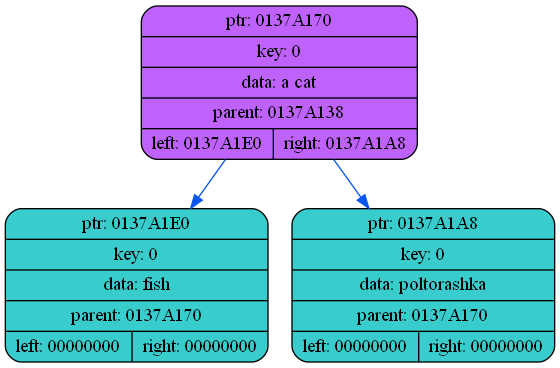
The Graphviz diagram dump/dump1.png in coffee8cat/akinator, before a commit. Its source is kept beside it as dump/dump1.dot.
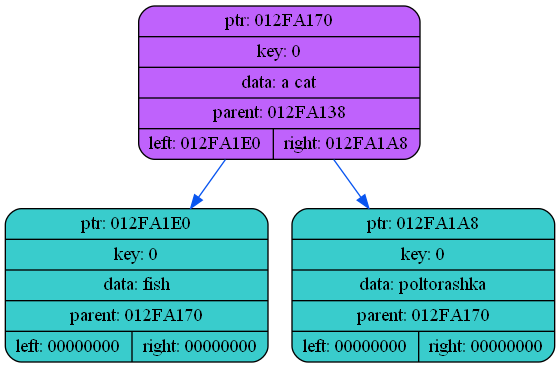
Above is the later version.

Change to the diagram source:
```diff
@@ -2,9 +2,9 @@
 {
     rankdir=TP
 
-        node0137A170[shape=record,style="rounded,filled",fillcolor="#BF62FC",label="{ ptr: 0137A170 | key: 0 | data: a cat| parent: 0137A138| { left: 0137A1E0 | right: 0137A1A8 }}"];
-    node0137A170 -> node0137A1E0[color="#0855F0"]
-    node0137A1E0[shape=record,style="rounded,filled",fillcolor="#39CCCC",label="{ ptr: 0137A1E0 | key: 0 | data: fish| parent: 0137A170 | { left: 00000000 | right: 00000000 }}"];
-    node0137A170 -> node0137A1A8[color="#0855F0"]
-    node0137A1A8[shape=record,style="rounded,filled",fillcolor="#39CCCC",label="{ ptr: 0137A1A8 | key: 0 | data: poltorashka| parent: 0137A170 | { left: 00000000 | right: 00000000 }}"];
+        node012FA170[shape=record,style="rounded,filled",fillcolor="#BF62FC",label="{ ptr: 012FA170 | key: 0 | data: a cat| parent: 012FA138| { left: 012FA1E0 | right: 012FA1A8 }}"];
+    node012FA170 -> node012FA1E0[color="#0855F0"]
+    node012FA1E0[shape=record,style="rounded,filled",fillcolor="#39CCCC",label="{ ptr: 012FA1E0 | key: 0 | data: fish| parent: 012FA170 | { left: 00000000 | right: 00000000 }}"];
+    node012FA170 -> node012FA1A8[color="#0855F0"]
+    node012FA1A8[shape=record,style="rounded,filled",fillcolor="#39CCCC",label="{ ptr: 012FA1A8 | key: 0 | data: poltorashka| parent: 012FA170 | { left: 00000000 | right: 00000000 }}"];
 }
```
